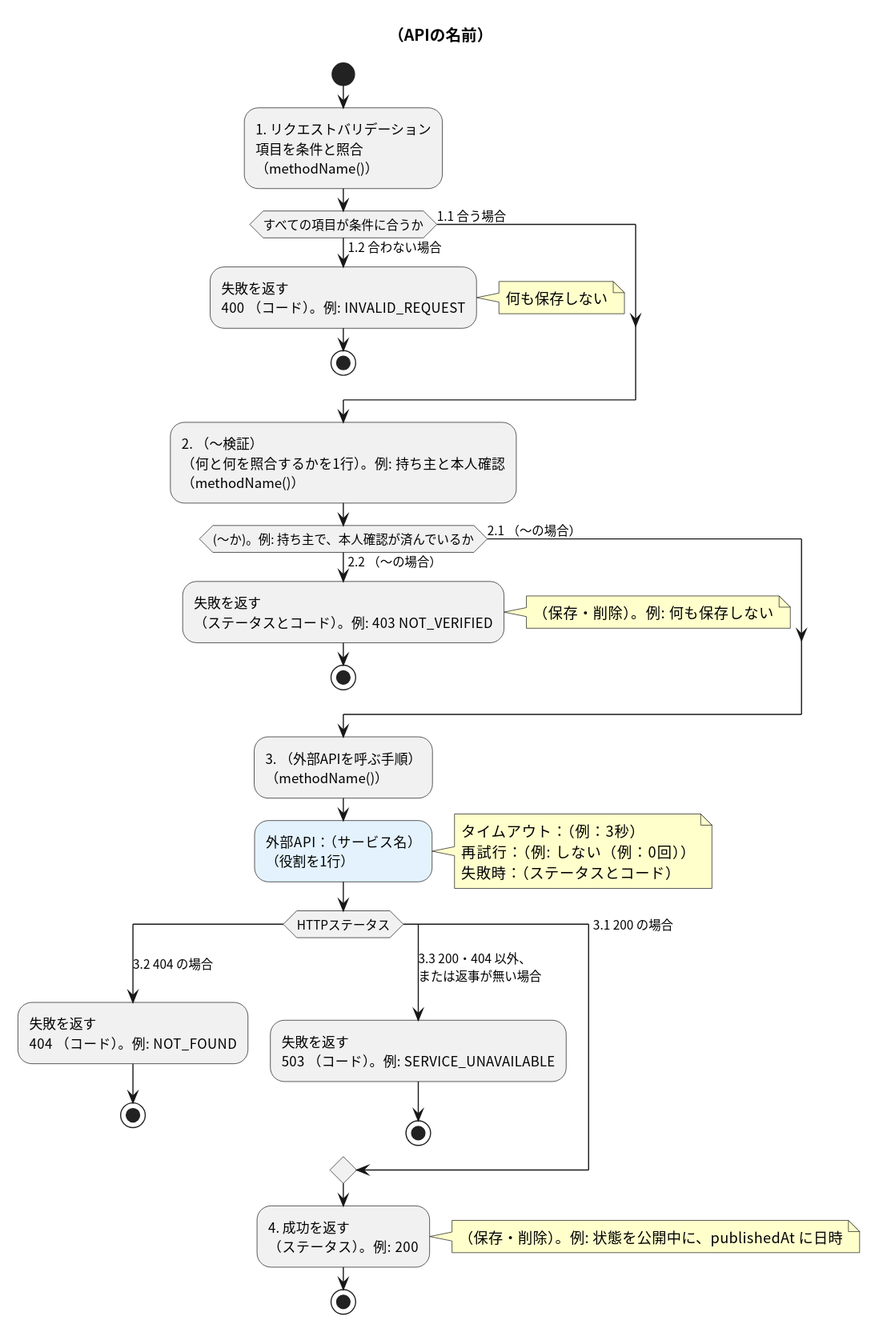
The PlantUML diagram apis/_template/flow.svg in masamasamasato/design-doc-template, before a commit. Its source is kept beside it as apis/_template/flow.puml.
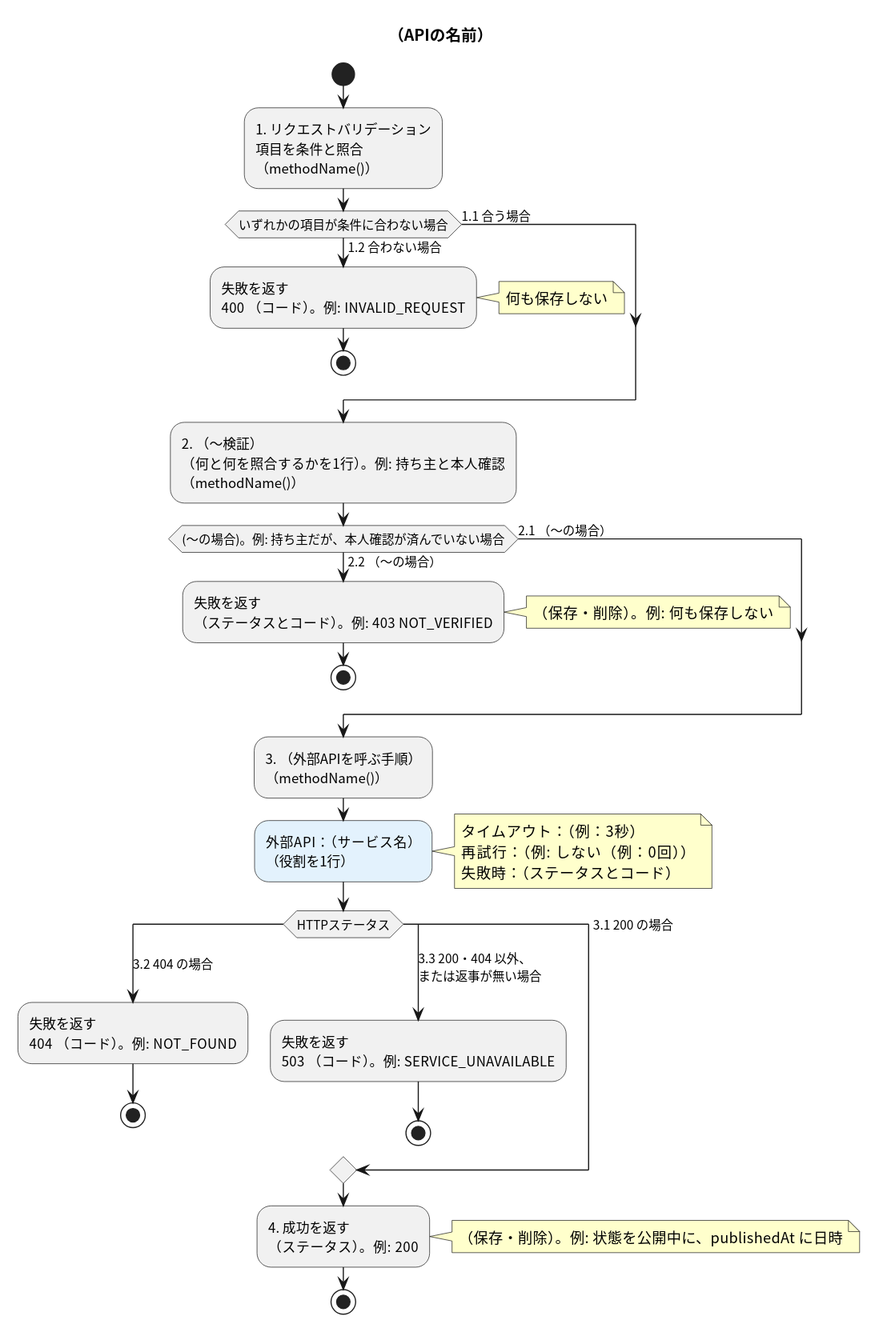
The same file after the commit.

Commit message:
テンプレートの図の if を「〜の場合」の形にし、エラーの枝を then 側にそろえる (#34)

Change to the diagram source:
```diff
@@ -7,14 +7,14 @@
 
 start
 :1. リクエストバリデーション\n項目を条件と照合\n（methodName()）;
-if (すべての項目が条件に合うか) then (1.2 合わない場合)
+if (いずれかの項目が条件に合わない場合) then (1.2 合わない場合)
   :失敗を返す\n400 （コード）。例: INVALID_REQUEST;
   note right: 何も保存しない
   stop
 else (1.1 合う場合)
 endif
 :2. （〜検証）\n（何と何を照合するかを1行）。例: 持ち主と本人確認\n（methodName()）;
-if ((〜か)。例: 持ち主で、本人確認が済んでいるか) then (2.2 （〜の場合）)
+if ((〜の場合)。例: 持ち主だが、本人確認が済んでいない場合) then (2.2 （〜の場合）)
   :失敗を返す\n（ステータスとコード）。例: 403 NOT_VERIFIED;
   note right: （保存・削除）。例: 何も保存しない
   stop
```
